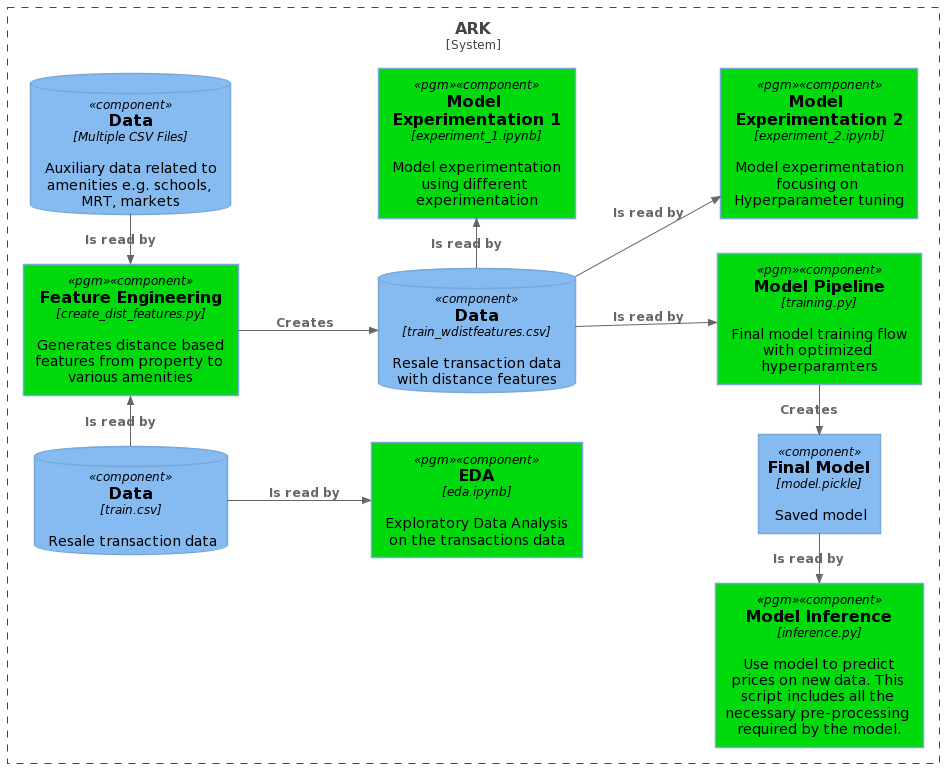
This is images/system.png from azmimr/ark_2021, a PlantUML export, as it was before one commit.
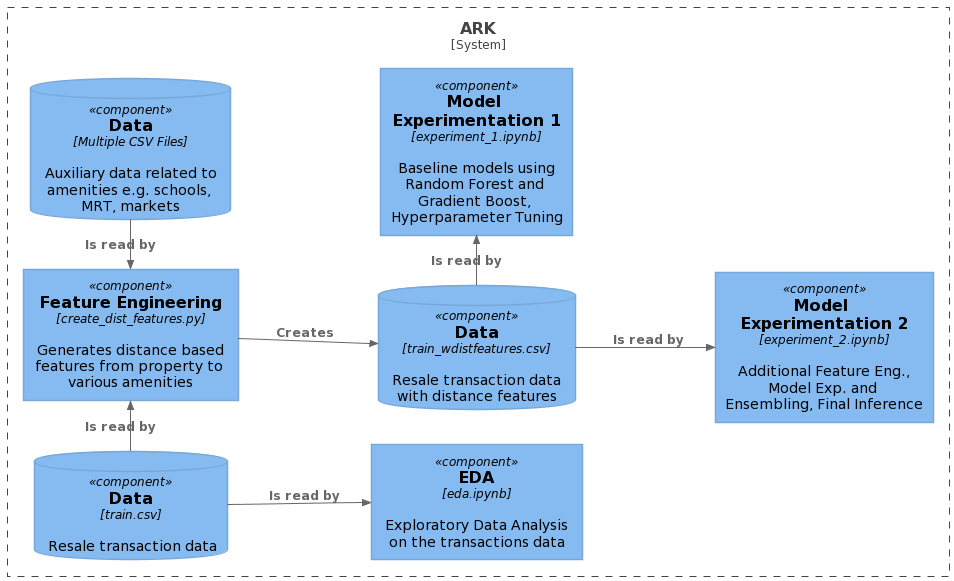
After the commit.

Commit message:
New system diagram, updated README

The edit, as a diff of the source:
```diff
@@ -3,7 +3,6 @@
 
 LAYOUT_LEFT_RIGHT()
 
-AddTagSupport("pgm", $bgColor="#00da0d")
 
 System_Boundary(c1, "ARK"){
 
@@ -12,21 +11,13 @@
     ComponentDb(resale2_db, "Data", "train_wdistfeatures.csv", "Resale transaction data with distance features")
 
 
-    Component(eda, "EDA", "eda.ipynb", "Exploratory Data Analysis on the transactions data", $tags="pgm")
+    Component(eda, "EDA", "eda.ipynb", "Exploratory Data Analysis on the transactions data")
 
-    Component(dist_features,"Feature Engineering", "create_dist_features.py", "Generates distance based features from property to various amenities", $tags="pgm")
+    Component(dist_features,"Feature Engineering", "create_dist_features.py", "Generates distance based features from property to various amenities")
 
-    Component(model_exp1,"Model Experimentation 1", "experiment_1.ipynb", "Model experimentation using different experimentation", $tags="pgm")
+    Component(model_exp1,"Model Experimentation 1", "experiment_1.ipynb", "Baseline models using Random Forest and Gradient Boost, Hyperparameter Tuning")
 
-    Component(model_exp2,"Model Experimentation 2", "experiment_2.ipynb", "Model experimentation focusing on Hyperparameter tuning", $tags="pgm")
-
-    Component(model_pipeline,"Model Pipeline", "training.py", "Final model training flow with optimized hyperparamters", $tags="pgm")
-
-    Component(model_final,"Final Model", "model.pickle", "Saved model")
-
-    Component(model_inference,"Model Inference", "inference.py", "Use model to predict prices on new data. This script includes all the necessary pre-processing required by the model.", $tags="pgm")
-
-
+    Component(model_exp2,"Model Experimentation 2", "experiment_2.ipynb", "Additional Feature Eng., Model Exp. and Ensembling, Final Inference")
 
 }
 
@@ -35,11 +26,6 @@
 Rel_L(aux_db, dist_features,"Is read by")
 Rel(dist_features, resale2_db, "Creates")
 
-Rel(resale2_db, model_pipeline, "Is read by")
 Rel_R(resale2_db, model_exp1, "Is read by")
 Rel(resale2_db, model_exp2, "Is read by")
-
-
-Rel_L(model_pipeline, model_final, "Creates")
-Rel_L(model_final, model_inference, "Is read by")
 @enduml
```
